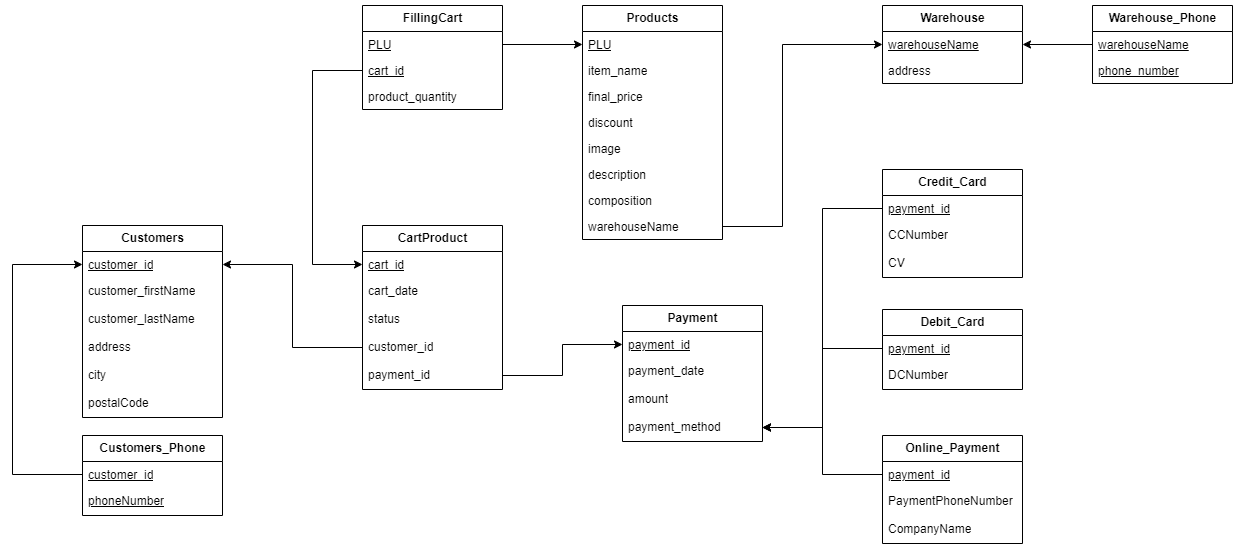
Above: Data Storing/design/Relational Diagram Indomaret.drawio.png in wargabasdat/Seleksi-2023-Tugas-1 (draw.io), before the change. Source tidied: cells renumbered, new cells last; positions are measured from the earlier drawing's top-left corner, leaving out a move shared by most shapes.
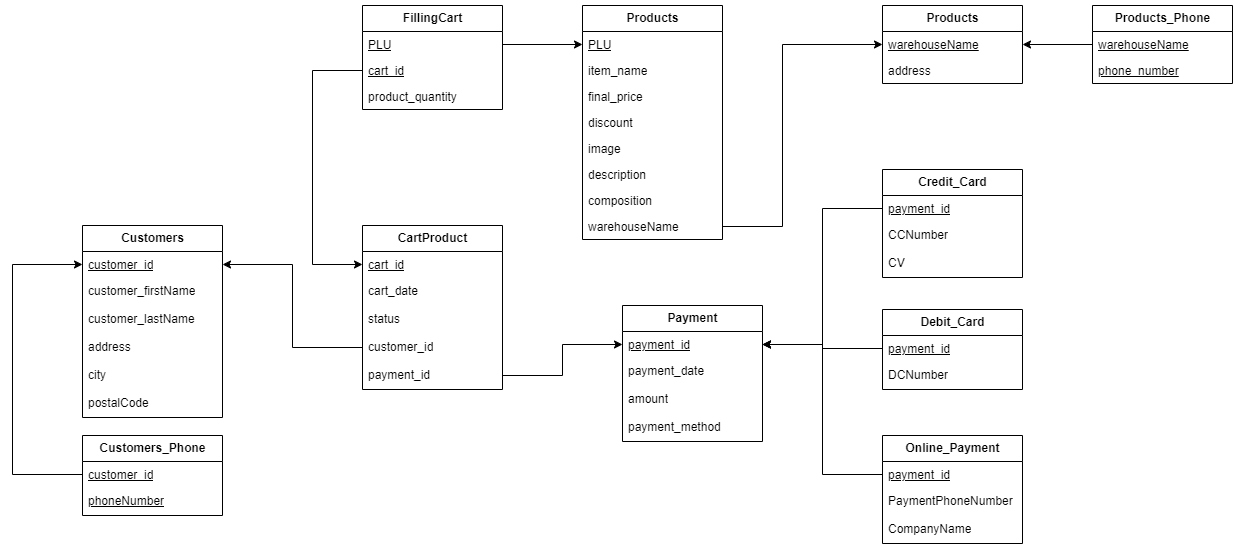
Later version of the same file.

The edit, as a diff of the source:
```diff
@@ -29,7 +29,7 @@
     <mxCell id="10" value="warehouseName" style="text;strokeColor=none;fillColor=none;align=left;verticalAlign=top;spacingLeft=4;spacingRight=4;overflow=hidden;points=[[0,0.5],[1,0.5]];portConstraint=eastwest;whiteSpace=wrap;html=1;" parent="2" vertex="1">
       <mxGeometry y="208" width="140" height="26" as="geometry" />
     </mxCell>
-    <mxCell id="11" value="&lt;b&gt;Warehouse&lt;/b&gt;" style="swimlane;fontStyle=0;horizontal=1;startSize=26;fillColor=none;html=1;" parent="1" vertex="1">
+    <mxCell id="11" value="&lt;b&gt;Products&lt;/b&gt;" style="swimlane;fontStyle=0;horizontal=1;startSize=26;fillColor=none;html=1;" parent="1" vertex="1">
       <mxGeometry x="870" width="140" height="78" as="geometry" />
     </mxCell>
     <mxCell id="12" value="&lt;u&gt;warehouseName&lt;/u&gt;" style="text;strokeColor=none;fillColor=none;align=left;verticalAlign=top;spacingLeft=4;spacingRight=4;overflow=hidden;points=[[0,0.5],[1,0.5]];portConstraint=eastwest;whiteSpace=wrap;html=1;" parent="11" vertex="1">
@@ -38,7 +38,7 @@
     <mxCell id="13" value="address" style="text;strokeColor=none;fillColor=none;align=left;verticalAlign=top;spacingLeft=4;spacingRight=4;overflow=hidden;whiteSpace=wrap;html=1;" parent="11" vertex="1">
       <mxGeometry y="52" width="140" height="26" as="geometry" />
     </mxCell>
-    <mxCell id="14" value="&lt;b&gt;Warehouse_Phone&lt;/b&gt;" style="swimlane;fontStyle=0;horizontal=1;startSize=26;fillColor=none;html=1;" parent="1" vertex="1">
+    <mxCell id="14" value="&lt;b&gt;Products_Phone&lt;/b&gt;" style="swimlane;fontStyle=0;horizontal=1;startSize=26;fillColor=none;html=1;" parent="1" vertex="1">
       <mxGeometry x="1080" width="140" height="78" as="geometry" />
     </mxCell>
     <mxCell id="15" value="&lt;u&gt;warehouseName&lt;/u&gt;" style="text;strokeColor=none;fillColor=none;align=left;verticalAlign=top;spacingLeft=4;spacingRight=4;overflow=hidden;points=[[0,0.5],[1,0.5]];portConstraint=eastwest;whiteSpace=wrap;html=1;" parent="14" vertex="1">
@@ -169,10 +169,13 @@
         </Array>
       </mxGeometry>
     </mxCell>
-    <mxCell id="56" style="edgeStyle=orthogonalEdgeStyle;rounded=0;jettySize=auto;html=1;exitX=0;exitY=0.5;exitDx=0;exitDy=0;entryX=1;entryY=0.5;entryDx=0;entryDy=0;" parent="1" edge="1" source="43" target="41">
+    <mxCell id="56" style="edgeStyle=orthogonalEdgeStyle;rounded=0;jettySize=auto;html=1;exitX=0;exitY=0.5;exitDx=0;exitDy=0;entryX=1;entryY=0.5;entryDx=0;entryDy=0;" parent="1" edge="1" source="43" target="38">
       <mxGeometry relative="1" as="geometry" />
     </mxCell>
+    <mxCell id="63" style="edgeStyle=orthogonalEdgeStyle;rounded=0;jettySize=auto;html=1;exitX=0;exitY=0.5;exitDx=0;exitDy=0;entryX=1;entryY=0.5;entryDx=0;entryDy=0;" parent="1" edge="1" source="47" target="38">
+      <mxGeometry relative="1" as="geometry" />
+    </mxCell>
-    <mxCell id="57" style="edgeStyle=orthogonalEdgeStyle;rounded=0;jettySize=auto;html=1;exitX=0;exitY=0.5;exitDx=0;exitDy=0;entryX=1;entryY=0.5;entryDx=0;entryDy=0;" parent="1" edge="1" source="50" target="41">
+    <mxCell id="57" style="edgeStyle=orthogonalEdgeStyle;rounded=0;jettySize=auto;html=1;exitX=0;exitY=0.5;exitDx=0;exitDy=0;entryX=1;entryY=0.5;entryDx=0;entryDy=0;" parent="1" edge="1" source="50" target="38">
       <mxGeometry relative="1" as="geometry" />
     </mxCell>
     <mxCell id="58" style="edgeStyle=orthogonalEdgeStyle;rounded=0;jettySize=auto;html=1;exitX=0;exitY=0.5;exitDx=0;exitDy=0;entryX=1;entryY=0.5;entryDx=0;entryDy=0;" parent="1" edge="1" source="15" target="12">
@@ -197,8 +200,5 @@
         </Array>
       </mxGeometry>
     </mxCell>
-    <mxCell id="62" style="edgeStyle=orthogonalEdgeStyle;rounded=0;jettySize=auto;html=1;entryX=1;entryY=0.5;entryDx=0;entryDy=0;" parent="1" edge="1" source="47" target="41">
-      <mxGeometry relative="1" as="geometry" />
-    </mxCell>
   </root>
 </mxGraphModel>
```
